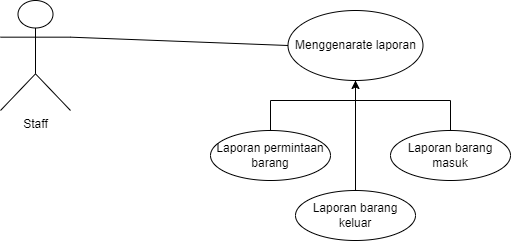
Above: Image SRS/use case laporan staff.png in lutfiainnun/Kelompok6 (draw.io), before the change. Source tidied: cells renumbered, new cells last; positions are measured from the earlier drawing's top-left corner, leaving out a move shared by most shapes. Source of this version:
```xml
<mxGraphModel>
  <root>
    <mxCell id="0" />
    <mxCell id="1" parent="0" />
    <mxCell id="2" value="Staff" style="shape=umlActor;verticalLabelPosition=bottom;verticalAlign=top;html=1;outlineConnect=0;" parent="1" vertex="1">
      <mxGeometry width="70" height="110" as="geometry" />
    </mxCell>
    <mxCell id="3" style="endArrow=none;html=1;rounded=0;entryX=0;entryY=0.5;entryDx=0;entryDy=0;exitX=1;exitY=0.3333333333333333;exitDx=0;exitDy=0;exitPerimeter=0;" parent="1" edge="1" source="2" target="4">
      <mxGeometry relative="1" as="geometry" />
    </mxCell>
    <mxCell id="4" value="Menggenarate laporan" style="ellipse;whiteSpace=wrap;html=1;" parent="1" vertex="1">
      <mxGeometry x="287.5" y="10" width="135" height="70" as="geometry" />
    </mxCell>
    <mxCell id="5" value="Laporan barang masuk" style="ellipse;whiteSpace=wrap;html=1;" parent="1" vertex="1">
      <mxGeometry x="390" y="130" width="120" height="50" as="geometry" />
    </mxCell>
    <mxCell id="6" value="Laporan barang keluar" style="ellipse;whiteSpace=wrap;html=1;" parent="1" vertex="1">
      <mxGeometry x="295" y="190" width="120" height="50" as="geometry" />
    </mxCell>
    <mxCell id="7" value="Laporan permintaan barang" style="ellipse;whiteSpace=wrap;html=1;" parent="1" vertex="1">
      <mxGeometry x="210" y="130" width="120" height="50" as="geometry" />
    </mxCell>
    <mxCell id="8" style="endArrow=classic;html=1;rounded=0;entryX=0.5;entryY=1;entryDx=0;entryDy=0;exitX=0.5;exitY=0;exitDx=0;exitDy=0;" parent="1" edge="1" source="7" target="4">
      <mxGeometry relative="1" as="geometry">
        <Array as="points">
          <mxPoint x="270" y="100" />
          <mxPoint x="355" y="100" />
        </Array>
      </mxGeometry>
    </mxCell>
    <mxCell id="9" style="endArrow=none;html=1;rounded=0;entryX=0.5;entryY=1;entryDx=0;entryDy=0;exitX=0.5;exitY=0;exitDx=0;exitDy=0;" parent="1" edge="1" source="6" target="4">
      <mxGeometry relative="1" as="geometry" />
    </mxCell>
    <mxCell id="10" style="endArrow=none;html=1;rounded=0;exitX=0.5;exitY=1;exitDx=0;exitDy=0;entryX=0.5;entryY=0;entryDx=0;entryDy=0;" parent="1" edge="1" source="4" target="5">
      <mxGeometry relative="1" as="geometry">
        <Array as="points">
          <mxPoint x="355" y="100" />
          <mxPoint x="450" y="100" />
        </Array>
      </mxGeometry>
    </mxCell>
  </root>
</mxGraphModel>
```
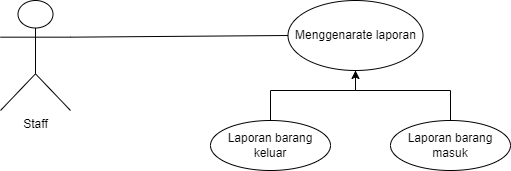
Above is the later version.

The edit, as a diff of the source:
```diff
@@ -9,33 +9,27 @@
       <mxGeometry relative="1" as="geometry" />
     </mxCell>
     <mxCell id="4" value="Menggenarate laporan" style="ellipse;whiteSpace=wrap;html=1;" parent="1" vertex="1">
-      <mxGeometry x="287.5" y="10" width="135" height="70" as="geometry" />
+      <mxGeometry x="287.5" width="135" height="70" as="geometry" />
     </mxCell>
     <mxCell id="5" value="Laporan barang masuk" style="ellipse;whiteSpace=wrap;html=1;" parent="1" vertex="1">
-      <mxGeometry x="390" y="130" width="120" height="50" as="geometry" />
+      <mxGeometry x="390" y="120" width="120" height="50" as="geometry" />
     </mxCell>
     <mxCell id="6" value="Laporan barang keluar" style="ellipse;whiteSpace=wrap;html=1;" parent="1" vertex="1">
-      <mxGeometry x="295" y="190" width="120" height="50" as="geometry" />
+      <mxGeometry x="210" y="120" width="120" height="50" as="geometry" />
     </mxCell>
-    <mxCell id="7" value="Laporan permintaan barang" style="ellipse;whiteSpace=wrap;html=1;" parent="1" vertex="1">
-      <mxGeometry x="210" y="130" width="120" height="50" as="geometry" />
-    </mxCell>
-    <mxCell id="8" style="endArrow=classic;html=1;rounded=0;entryX=0.5;entryY=1;entryDx=0;entryDy=0;exitX=0.5;exitY=0;exitDx=0;exitDy=0;" parent="1" edge="1" source="7" target="4">
-      <mxGeometry relative="1" as="geometry">
-        <Array as="points">
-          <mxPoint x="270" y="100" />
-          <mxPoint x="355" y="100" />
-        </Array>
-      </mxGeometry>
-    </mxCell>
-    <mxCell id="9" style="endArrow=none;html=1;rounded=0;entryX=0.5;entryY=1;entryDx=0;entryDy=0;exitX=0.5;exitY=0;exitDx=0;exitDy=0;" parent="1" edge="1" source="6" target="4">
-      <mxGeometry relative="1" as="geometry" />
+    <mxCell id="9" style="endArrow=classic;html=1;rounded=0;entryX=0.5;entryY=1;entryDx=0;entryDy=0;exitX=0.5;exitY=0;exitDx=0;exitDy=0;" parent="1" edge="1" source="6" target="4">
+      <mxGeometry relative="1" as="geometry">
+        <Array as="points">
+          <mxPoint x="270" y="90" />
+          <mxPoint x="355" y="90" />
+        </Array>
+      </mxGeometry>
     </mxCell>
     <mxCell id="10" style="endArrow=none;html=1;rounded=0;exitX=0.5;exitY=1;exitDx=0;exitDy=0;entryX=0.5;entryY=0;entryDx=0;entryDy=0;" parent="1" edge="1" source="4" target="5">
       <mxGeometry relative="1" as="geometry">
         <Array as="points">
-          <mxPoint x="355" y="100" />
-          <mxPoint x="450" y="100" />
+          <mxPoint x="355" y="90" />
+          <mxPoint x="450" y="90" />
         </Array>
       </mxGeometry>
     </mxCell>
```
